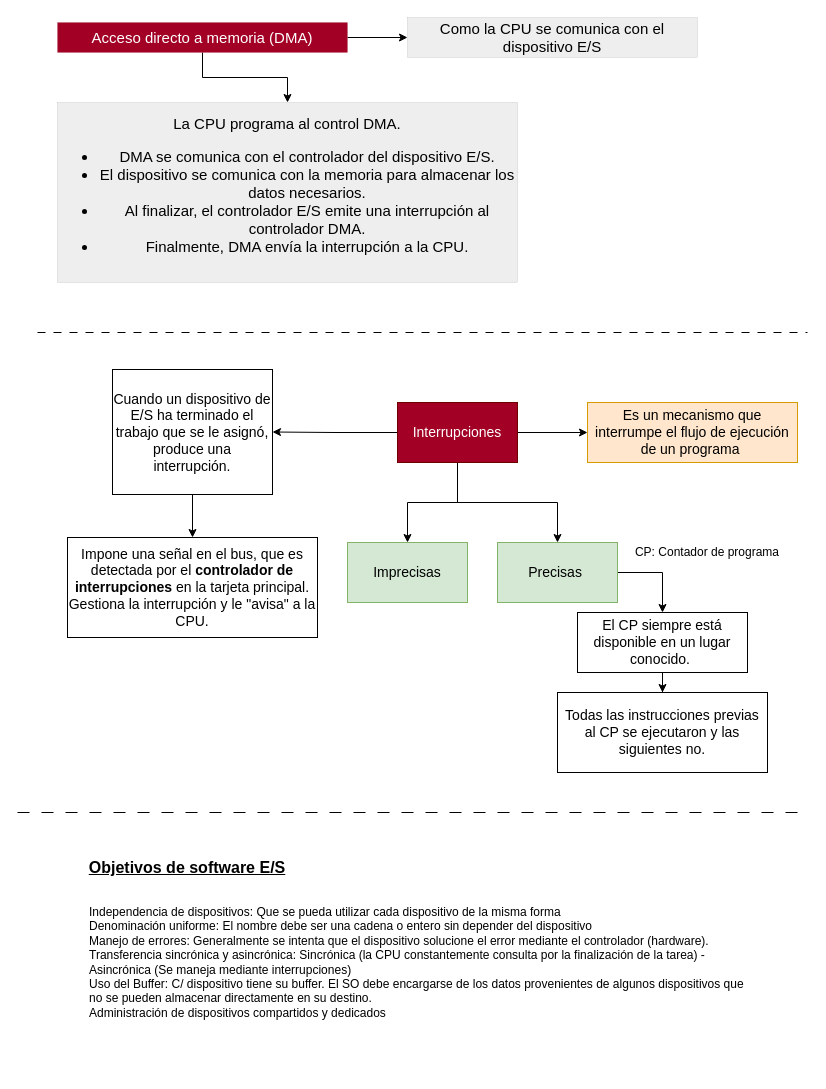
The draw.io diagram page "Página-2" (3 of 4) of Sistemas Operativos 1/Clase 4 - Sist. op. 1.drawio in RMSabrina/Apuntes-Universitarios, before the edit. Source tidied: cells renumbered, new cells numbered last; positions are measured from the earlier drawing's top-left corner, leaving out a move shared by most shapes. Both pictures are drawn from the tidied source at 100%, with x=0, y=0 at pixel (17, 17).
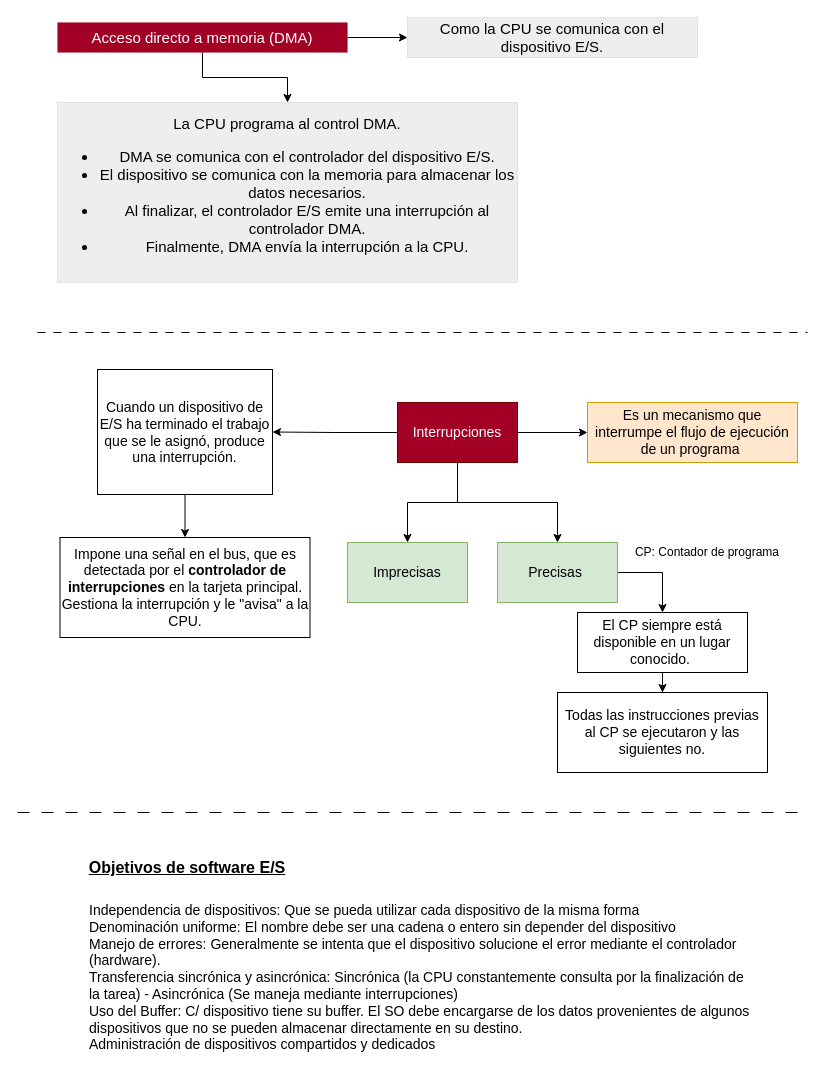
Above is the later version.

Change to the diagram source:
```diff
@@
-    <mxCell id="5" value="Como la CPU se comunica con el dispositivo E/S" style="text;html=1;align=center;verticalAlign=middle;whiteSpace=wrap;rounded=0;strokeWidth=0;fontSize=15;fillColor=#eeeeee;strokeColor=#36393d;" parent="1" vertex="1">
+    <mxCell id="5" value="Como la CPU se comunica con el dispositivo E/S." style="text;html=1;align=center;verticalAlign=middle;whiteSpace=wrap;rounded=0;strokeWidth=0;fontSize=15;fillColor=#eeeeee;strokeColor=#36393d;" parent="1" vertex="1">
       <mxGeometry x="390" width="290" height="40" as="geometry" />
     </mxCell>
@@
     <mxCell id="14" value="Cuando un dispositivo de E/S ha terminado el trabajo que se le asignó, produce una interrupción." style="rounded=0;whiteSpace=wrap;html=1;fontSize=14;" parent="1" vertex="1">
-      <mxGeometry x="95" y="352" width="160" height="125" as="geometry" />
+      <mxGeometry x="80" y="352" width="175" height="125" as="geometry" />
     </mxCell>
     <mxCell id="15" value="Impone una señal en el bus, que es detectada por el &lt;b&gt;controlador de interrupciones&lt;/b&gt; en la tarjeta principal. Gestiona la interrupción y le &quot;avisa&quot; a la CPU." style="rounded=0;whiteSpace=wrap;html=1;fontSize=14;" parent="1" vertex="1">
-      <mxGeometry x="50" y="520" width="250" height="100" as="geometry" />
+      <mxGeometry x="42.5" y="520" width="250" height="100" as="geometry" />
     </mxCell>
@@
-    <mxCell id="26" value="Independencia de dispositivos: Que se pueda utilizar cada dispositivo de la misma forma&lt;br&gt;Denominación uniforme: El nombre debe ser una cadena o entero sin depender del dispositivo&lt;br&gt;Manejo de errores: Generalmente se intenta que el dispositivo solucione el error mediante el controlador (hardware).&amp;nbsp;&lt;br&gt;Transferencia sincrónica y asincrónica: Sincrónica (la CPU constantemente consulta por la finalización de la tarea) - Asincrónica (Se maneja mediante interrupciones)&amp;nbsp;&lt;br&gt;Uso del Buffer: C/ dispositivo tiene su buffer. El SO debe encargarse de los datos provenientes de algunos dispositivos que no se pueden almacenar directamente en su destino.&amp;nbsp;&lt;br&gt;Administración de dispositivos compartidos y dedicados" style="text;html=1;strokeColor=none;fillColor=none;align=left;verticalAlign=middle;whiteSpace=wrap;rounded=0;" parent="1" vertex="1">
-      <mxGeometry x="70" y="865" width="670" height="160" as="geometry" />
+    <mxCell id="26" value="Independencia de dispositivos: Que se pueda utilizar cada dispositivo de la misma forma&lt;br style=&quot;font-size: 14px;&quot;&gt;Denominación uniforme: El nombre debe ser una cadena o entero sin depender del dispositivo&lt;br style=&quot;font-size: 14px;&quot;&gt;Manejo de errores: Generalmente se intenta que el dispositivo solucione el error mediante el controlador (hardware).&amp;nbsp;&lt;br style=&quot;font-size: 14px;&quot;&gt;Transferencia sincrónica y asincrónica: Sincrónica (la CPU constantemente consulta por la finalización de la tarea) - Asincrónica (Se maneja mediante interrupciones)&amp;nbsp;&lt;br style=&quot;font-size: 14px;&quot;&gt;Uso del Buffer: C/ dispositivo tiene su buffer. El SO debe encargarse de los datos provenientes de algunos dispositivos que no se pueden almacenar directamente en su destino.&amp;nbsp;&lt;br style=&quot;font-size: 14px;&quot;&gt;Administración de dispositivos compartidos y dedicados" style="text;html=1;strokeColor=none;fillColor=none;align=left;verticalAlign=middle;whiteSpace=wrap;rounded=0;fontSize=14;" parent="1" vertex="1">
+      <mxGeometry x="70" y="865" width="670" height="190" as="geometry" />
     </mxCell>
```
